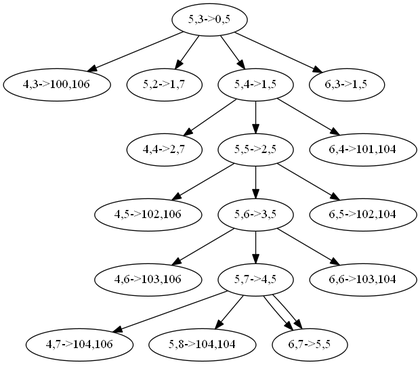
IAEquipo/LaberintoAI keeps this Graphviz diagram as src/Tree.png. Above is the earlier version. Its source is kept beside it as src/Tree.dot. Its diagram source:
```dot
digraph tree {
    "5,3->0,5";
    "4,3->100,106";
    "5,2->1,7";
    "5,4->1,5";
    "4,4->2,7";
    "5,5->2,5";
    "4,5->102,106";
    "5,6->3,5";
    "4,6->103,106";
    "5,7->4,5";
    "4,7->104,106";
    "5,8->104,104";
    "6,7->5,5";
    "6,7->5,5";
    "6,6->103,104";
    "6,5->102,104";
    "6,4->101,104";
    "6,3->1,5";
    "5,3->0,5" -> "4,3->100,106";
    "5,3->0,5" -> "5,2->1,7";
    "5,3->0,5" -> "5,4->1,5";
    "5,3->0,5" -> "6,3->1,5";
    "5,4->1,5" -> "4,4->2,7";
    "5,4->1,5" -> "5,5->2,5";
    "5,4->1,5" -> "6,4->101,104";
    "5,5->2,5" -> "4,5->102,106";
    "5,5->2,5" -> "5,6->3,5";
    "5,5->2,5" -> "6,5->102,104";
    "5,6->3,5" -> "4,6->103,106";
    "5,6->3,5" -> "5,7->4,5";
    "5,6->3,5" -> "6,6->103,104";
    "5,7->4,5" -> "4,7->104,106";
    "5,7->4,5" -> "5,8->104,104";
    "5,7->4,5" -> "6,7->5,5";
    "5,7->4,5" -> "6,7->5,5";
}
```
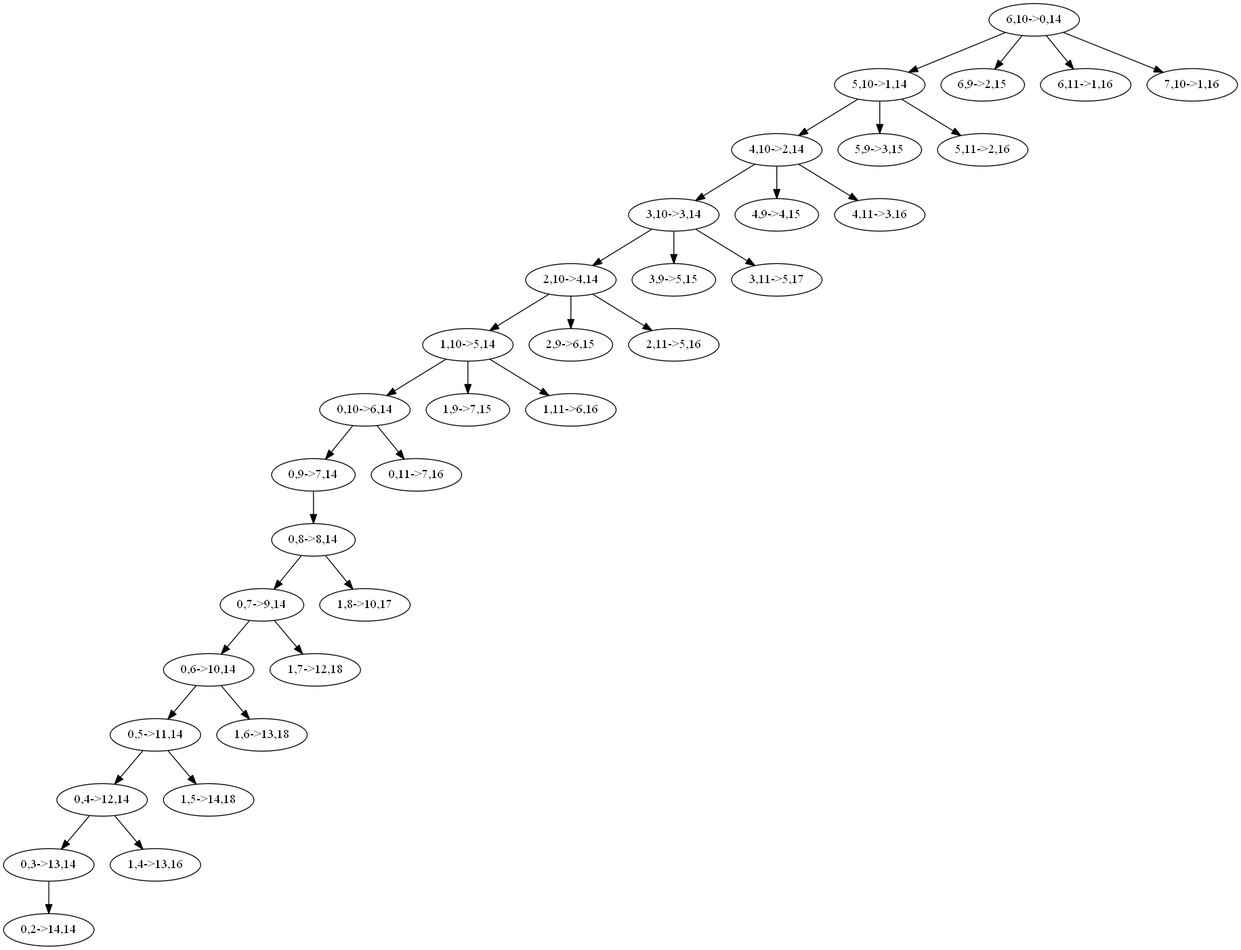
Above is the later version.

What changed in the source:
```diff
@@ -1,37 +1,69 @@
 digraph tree {
-    "5,3->0,5";
-    "4,3->100,106";
-    "5,2->1,7";
-    "5,4->1,5";
-    "4,4->2,7";
-    "5,5->2,5";
-    "4,5->102,106";
-    "5,6->3,5";
-    "4,6->103,106";
-    "5,7->4,5";
-    "4,7->104,106";
-    "5,8->104,104";
-    "6,7->5,5";
-    "6,7->5,5";
-    "6,6->103,104";
-    "6,5->102,104";
-    "6,4->101,104";
-    "6,3->1,5";
-    "5,3->0,5" -> "4,3->100,106";
-    "5,3->0,5" -> "5,2->1,7";
-    "5,3->0,5" -> "5,4->1,5";
-    "5,3->0,5" -> "6,3->1,5";
-    "5,4->1,5" -> "4,4->2,7";
-    "5,4->1,5" -> "5,5->2,5";
-    "5,4->1,5" -> "6,4->101,104";
-    "5,5->2,5" -> "4,5->102,106";
-    "5,5->2,5" -> "5,6->3,5";
-    "5,5->2,5" -> "6,5->102,104";
-    "5,6->3,5" -> "4,6->103,106";
-    "5,6->3,5" -> "5,7->4,5";
-    "5,6->3,5" -> "6,6->103,104";
-    "5,7->4,5" -> "4,7->104,106";
-    "5,7->4,5" -> "5,8->104,104";
-    "5,7->4,5" -> "6,7->5,5";
-    "5,7->4,5" -> "6,7->5,5";
+    "6,10->0,14";
+    "5,10->1,14";
+    "4,10->2,14";
+    "3,10->3,14";
+    "2,10->4,14";
+    "1,10->5,14";
+    "0,10->6,14";
+    "0,9->7,14";
+    "0,8->8,14";
+    "0,7->9,14";
+    "0,6->10,14";
+    "0,5->11,14";
+    "0,4->12,14";
+    "0,3->13,14";
+    "0,2->14,14";
+    "1,4->13,16";
+    "1,5->14,18";
+    "1,6->13,18";
+    "1,7->12,18";
+    "1,8->10,17";
+    "0,11->7,16";
+    "1,9->7,15";
+    "1,11->6,16";
+    "2,9->6,15";
+    "2,11->5,16";
+    "3,9->5,15";
+    "3,11->5,17";
+    "4,9->4,15";
+    "4,11->3,16";
+    "5,9->3,15";
+    "5,11->2,16";
+    "6,9->2,15";
+    "6,11->1,16";
+    "7,10->1,16";
+    "6,10->0,14" -> "5,10->1,14";
+    "6,10->0,14" -> "6,9->2,15";
+    "6,10->0,14" -> "6,11->1,16";
+    "6,10->0,14" -> "7,10->1,16";
+    "5,10->1,14" -> "4,10->2,14";
+    "5,10->1,14" -> "5,9->3,15";
+    "5,10->1,14" -> "5,11->2,16";
+    "4,10->2,14" -> "3,10->3,14";
+    "4,10->2,14" -> "4,9->4,15";
+    "4,10->2,14" -> "4,11->3,16";
+    "3,10->3,14" -> "2,10->4,14";
+    "3,10->3,14" -> "3,9->5,15";
+    "3,10->3,14" -> "3,11->5,17";
+    "2,10->4,14" -> "1,10->5,14";
+    "2,10->4,14" -> "2,9->6,15";
+    "2,10->4,14" -> "2,11->5,16";
+    "1,10->5,14" -> "0,10->6,14";
+    "1,10->5,14" -> "1,9->7,15";
+    "1,10->5,14" -> "1,11->6,16";
+    "0,10->6,14" -> "0,9->7,14";
+    "0,10->6,14" -> "0,11->7,16";
+    "0,9->7,14" -> "0,8->8,14";
+    "0,8->8,14" -> "0,7->9,14";
+    "0,8->8,14" -> "1,8->10,17";
+    "0,7->9,14" -> "0,6->10,14";
+    "0,7->9,14" -> "1,7->12,18";
+    "0,6->10,14" -> "0,5->11,14";
+    "0,6->10,14" -> "1,6->13,18";
+    "0,5->11,14" -> "0,4->12,14";
+    "0,5->11,14" -> "1,5->14,18";
+    "0,4->12,14" -> "0,3->13,14";
+    "0,4->12,14" -> "1,4->13,16";
+    "0,3->13,14" -> "0,2->14,14";
 }
```
